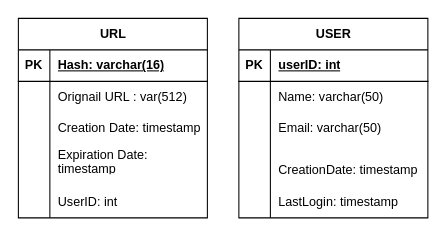
ZeeshanAli-0704/SystemDesignWithZeeshanAli keeps this draw.io diagram as Design_A_URL_Shortening/URL Short Database Diagram.drawio. Above is the earlier version. Source tidied: cells renumbered, new cells numbered last; positions are measured from the earlier drawing's top-left corner, leaving out a move shared by most shapes. Both pictures are drawn from the tidied source at 105%, with x=0, y=0 at pixel (18, 18).
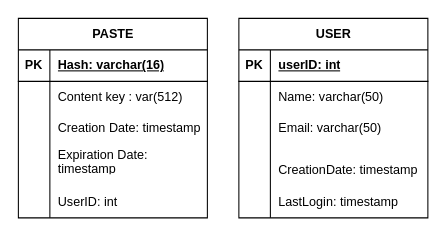
The same page after the edit.

Commit message (it also covers changes not shown here):
Adding URL shortner

Unchanged cells that the change refers to:
```xml
<mxCell id="6" style="shape=tableRow;horizontal=0;startSize=0;swimlaneHead=0;swimlaneBody=0;fillColor=none;top=0;left=0;right=0;bottom=0;" parent="2" vertex="1">
  <mxGeometry y="60" width="180" height="30" as="geometry" />
</mxCell>
```

Diff of the diagram source:
```diff
@@
-    <mxCell id="2" value="URL" style="shape=table;startSize=30;childLayout=tableLayout;rowLines=0;fontStyle=1;align=center;html=1;" parent="1" vertex="1">
+    <mxCell id="2" value="PASTE" style="shape=table;startSize=30;childLayout=tableLayout;rowLines=0;fontStyle=1;align=center;html=1;" parent="1" vertex="1">
       <mxGeometry width="180" height="190" as="geometry" />
     </mxCell>
@@
-    <mxCell id="8" value="Orignail URL : var(512)" style="shape=partialRectangle;fillColor=none;top=0;left=0;bottom=0;right=0;align=left;spacingLeft=6;overflow=hidden;whiteSpace=wrap;html=1;" parent="6" vertex="1">
+    <mxCell id="8" value="Content key : var(512)" style="shape=partialRectangle;fillColor=none;top=0;left=0;bottom=0;right=0;align=left;spacingLeft=6;overflow=hidden;whiteSpace=wrap;html=1;" parent="6" vertex="1">
       <mxGeometry x="30" width="150" height="30" as="geometry" />
     </mxCell>
```
